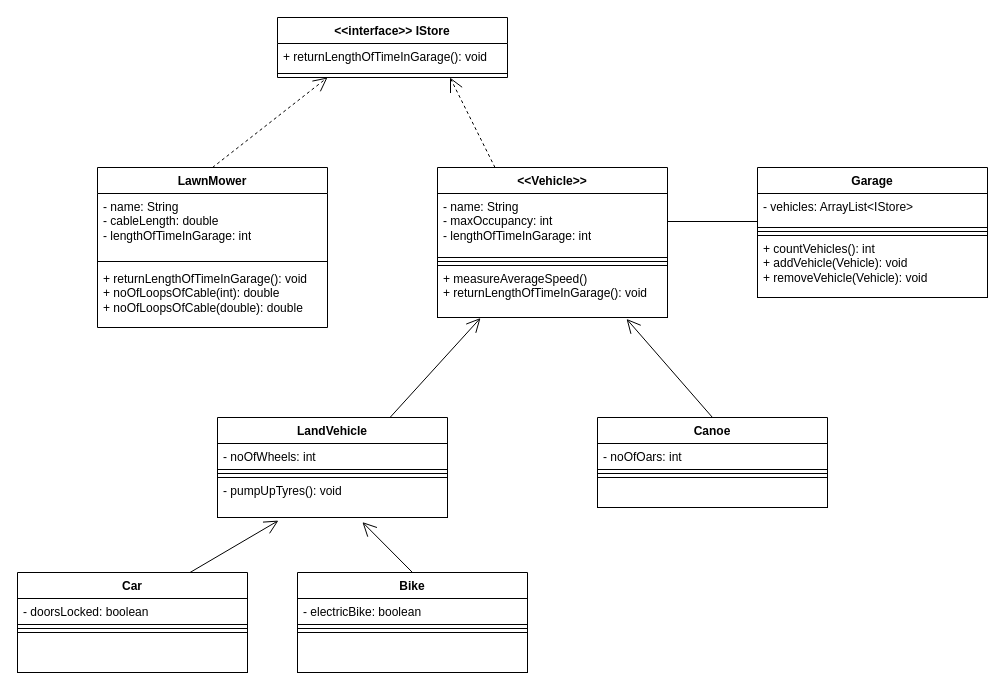
This is PolymorphismUMLFinal.drawio from H8S8/PolymorphismLab, a draw.io file, before an edit. Source tidied: cells renumbered, new cells numbered last; positions are measured from the earlier drawing's top-left corner, leaving out a move shared by most shapes. Both pictures are drawn from the tidied source at 100%, with x=0, y=0 at pixel (17, 17).
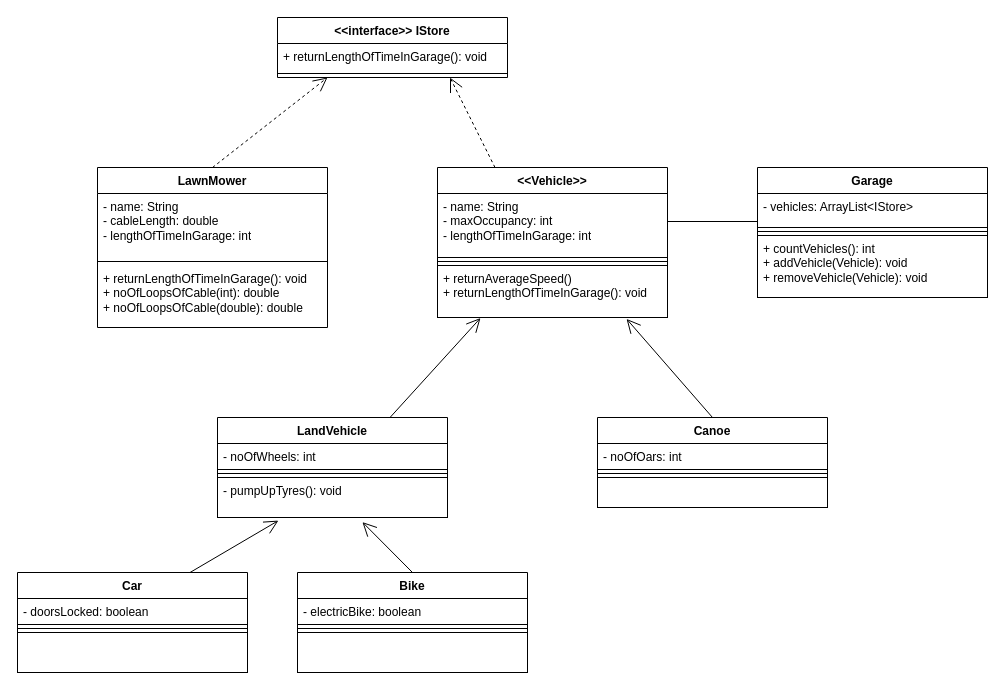
After the change.

Unchanged cells that the change refers to:
```xml
<mxCell id="2" value="&amp;lt;&amp;lt;Vehicle&amp;gt;&amp;gt;" style="swimlane;fontStyle=1;align=center;verticalAlign=top;horizontal=1;startSize=26;whiteSpace=wrap;html=1;strokeColor=#000000;" parent="1" vertex="1">
  <mxGeometry x="420" y="150" width="230" height="150" as="geometry" />
</mxCell>
```

The edit, as a diff of the source:
```diff
@@
-    <mxCell id="5" value="+ measureAverageSpeed()&lt;br&gt;+ returnLengthOfTimeInGarage(): void" style="text;strokeColor=#000000;fillColor=none;align=left;verticalAlign=top;spacingLeft=4;spacingRight=4;overflow=hidden;points=[[0,0.5],[1,0.5]];portConstraint=eastwest;whiteSpace=wrap;html=1;" parent="2" vertex="1">
+    <mxCell id="5" value="+ returnAverageSpeed()&lt;br&gt;+ returnLengthOfTimeInGarage(): void" style="text;strokeColor=#000000;fillColor=none;align=left;verticalAlign=top;spacingLeft=4;spacingRight=4;overflow=hidden;points=[[0,0.5],[1,0.5]];portConstraint=eastwest;whiteSpace=wrap;html=1;" parent="2" vertex="1">
       <mxGeometry y="98" width="230" height="52" as="geometry" />
     </mxCell>
```
